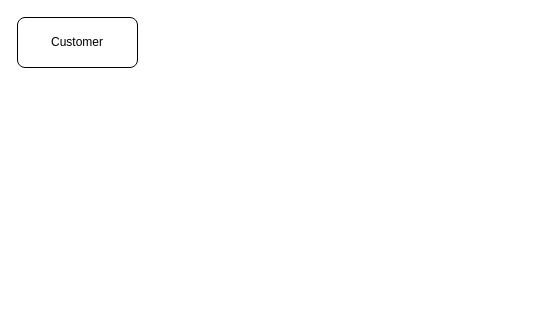
This is 02_activities/assignments/Logical_data_model.drawio from miyohtnk/sql, a draw.io file, before an edit. Source tidied: cells renumbered, new cells numbered last; positions are measured from the earlier drawing's top-left corner, leaving out a move shared by most shapes. Both pictures are drawn from the tidied source at 100%, with x=0, y=0 at pixel (17, 17).
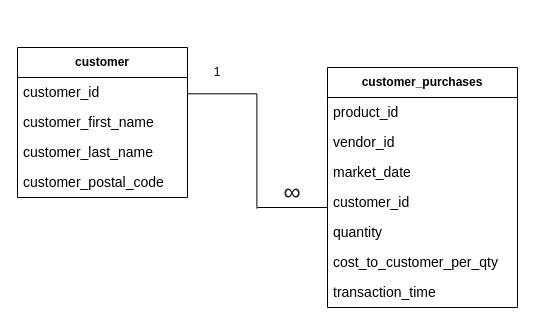
After the change.

Diff of the diagram source:
```diff
@@
 <mxGraphModel>
   <root>
     <mxCell id="0" />
     <mxCell id="1" parent="0" />
-    <mxCell id="2" value="Customer" style="rounded=1;whiteSpace=wrap;html=1;" parent="1" vertex="1">
-      <mxGeometry width="120" height="50" as="geometry" />
-    </mxCell>
+    <mxCell id="3" value="&lt;b&gt;customer&lt;/b&gt;" style="swimlane;fontStyle=0;horizontal=1;startSize=30;whiteSpace=wrap;html=1;" parent="1" vertex="1">
+      <mxGeometry y="30" width="170" height="150" as="geometry" />
+    </mxCell>
+    <mxCell id="4" value="&lt;font style=&quot;font-size: 14px;&quot;&gt;customer_id&lt;/font&gt;" style="text;strokeColor=none;fillColor=none;align=left;verticalAlign=middle;spacingLeft=4;spacingRight=4;overflow=hidden;whiteSpace=wrap;html=1;" parent="3" vertex="1">
+      <mxGeometry y="30" width="170" height="30" as="geometry" />
+    </mxCell>
+    <mxCell id="5" value="&lt;font style=&quot;font-size: 14px;&quot;&gt;customer_first_name&lt;/font&gt;" style="text;strokeColor=none;fillColor=none;align=left;verticalAlign=middle;spacingLeft=4;spacingRight=4;overflow=hidden;whiteSpace=wrap;html=1;" parent="3" vertex="1">
+      <mxGeometry y="60" width="170" height="30" as="geometry" />
+    </mxCell>
+    <mxCell id="6" value="&lt;font style=&quot;font-size: 14px;&quot;&gt;customer_last_name&lt;/font&gt;" style="text;strokeColor=none;fillColor=none;align=left;verticalAlign=middle;spacingLeft=4;spacingRight=4;overflow=hidden;whiteSpace=wrap;html=1;" parent="3" vertex="1">
+      <mxGeometry y="90" width="170" height="30" as="geometry" />
+    </mxCell>
+    <mxCell id="7" value="&lt;font style=&quot;font-size: 14px;&quot;&gt;customer_postal_code&lt;/font&gt;" style="text;strokeColor=none;fillColor=none;align=left;verticalAlign=middle;spacingLeft=4;spacingRight=4;overflow=hidden;whiteSpace=wrap;html=1;" parent="3" vertex="1">
+      <mxGeometry y="120" width="170" height="30" as="geometry" />
+    </mxCell>
+    <mxCell id="8" value="&lt;b&gt;customer_purchases&lt;/b&gt;" style="swimlane;fontStyle=0;horizontal=1;startSize=30;whiteSpace=wrap;html=1;" parent="1" vertex="1">
+      <mxGeometry x="310" y="50" width="190" height="240" as="geometry" />
+    </mxCell>
+    <mxCell id="9" value="&lt;font style=&quot;font-size: 14px;&quot;&gt;product_id&lt;/font&gt;" style="text;strokeColor=none;fillColor=none;align=left;verticalAlign=middle;spacingLeft=4;spacingRight=4;overflow=hidden;whiteSpace=wrap;html=1;" parent="8" vertex="1">
+      <mxGeometry y="30" width="190" height="30" as="geometry" />
+    </mxCell>
+    <mxCell id="10" value="&lt;font style=&quot;font-size: 14px;&quot;&gt;vendor_id&lt;/font&gt;" style="text;strokeColor=none;fillColor=none;align=left;verticalAlign=middle;spacingLeft=4;spacingRight=4;overflow=hidden;whiteSpace=wrap;html=1;" parent="8" vertex="1">
+      <mxGeometry y="60" width="190" height="30" as="geometry" />
+    </mxCell>
+    <mxCell id="11" value="&lt;font style=&quot;font-size: 14px;&quot;&gt;market_date&lt;/font&gt;" style="text;strokeColor=none;fillColor=none;align=left;verticalAlign=middle;spacingLeft=4;spacingRight=4;overflow=hidden;whiteSpace=wrap;html=1;" parent="8" vertex="1">
+      <mxGeometry y="90" width="190" height="30" as="geometry" />
+    </mxCell>
+    <mxCell id="12" value="&lt;font style=&quot;font-size: 14px;&quot;&gt;customer_id&lt;/font&gt;" style="text;strokeColor=none;fillColor=none;align=left;verticalAlign=middle;spacingLeft=4;spacingRight=4;overflow=hidden;whiteSpace=wrap;html=1;" parent="8" vertex="1">
+      <mxGeometry y="120" width="190" height="30" as="geometry" />
+    </mxCell>
+    <mxCell id="13" value="&lt;font style=&quot;font-size: 14px;&quot;&gt;quantity&lt;/font&gt;" style="text;strokeColor=none;fillColor=none;align=left;verticalAlign=middle;spacingLeft=4;spacingRight=4;overflow=hidden;whiteSpace=wrap;html=1;" parent="8" vertex="1">
+      <mxGeometry y="150" width="190" height="30" as="geometry" />
+    </mxCell>
+    <mxCell id="14" value="&lt;font style=&quot;font-size: 14px;&quot;&gt;cost_to_customer_per_qty&lt;/font&gt;" style="text;strokeColor=none;fillColor=none;align=left;verticalAlign=middle;spacingLeft=4;spacingRight=4;overflow=hidden;whiteSpace=wrap;html=1;" parent="8" vertex="1">
+      <mxGeometry y="180" width="190" height="30" as="geometry" />
+    </mxCell>
+    <mxCell id="15" value="&lt;font style=&quot;font-size: 14px;&quot;&gt;transaction_time&lt;/font&gt;" style="text;strokeColor=none;fillColor=none;align=left;verticalAlign=middle;spacingLeft=4;spacingRight=4;overflow=hidden;whiteSpace=wrap;html=1;" parent="8" vertex="1">
+      <mxGeometry y="210" width="190" height="30" as="geometry" />
+    </mxCell>
+    <mxCell id="16" style="shape=partialRectangle;whiteSpace=wrap;html=1;top=0;left=0;fillColor=none;rotation=-90;" parent="1" vertex="1">
+      <mxGeometry x="147.5" y="98.8" width="114.4" height="69.4" as="geometry" />
+    </mxCell>
+    <mxCell id="17" style="endArrow=none;html=1;rounded=0;jumpSize=4;" parent="1" edge="1">
+      <mxGeometry relative="1" as="geometry">
+        <mxPoint x="240" y="190" as="sourcePoint" />
+        <mxPoint x="310" y="190" as="targetPoint" />
+      </mxGeometry>
+    </mxCell>
+    <mxCell id="18" value="1" style="text;html=1;align=center;verticalAlign=middle;whiteSpace=wrap;rounded=0;" parent="1" vertex="1">
+      <mxGeometry x="170" y="40" width="60" height="30" as="geometry" />
+    </mxCell>
+    <mxCell id="19" value="&lt;span style=&quot;color: rgb(31, 31, 31); font-family: &amp;quot;Google Sans&amp;quot;, Arial, sans-serif; text-align: left; background-color: rgb(255, 255, 255);&quot;&gt;&lt;font style=&quot;font-size: 24px;&quot;&gt;∞&lt;/font&gt;&lt;/span&gt;" style="text;html=1;align=center;verticalAlign=middle;whiteSpace=wrap;rounded=0;" parent="1" vertex="1">
+      <mxGeometry x="245" y="160" width="60" height="30" as="geometry" />
+    </mxCell>
   </root>
 </mxGraphModel>
```
